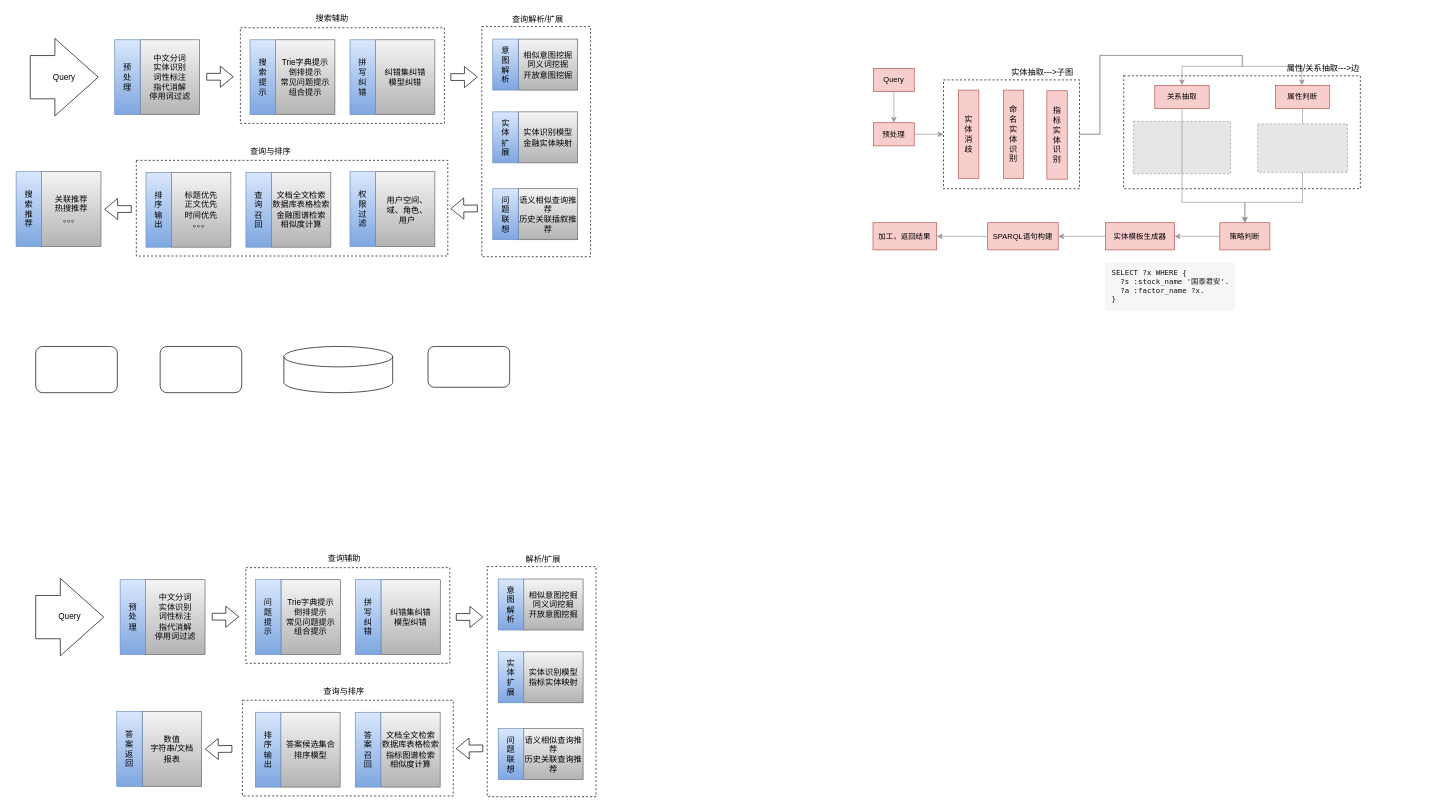
Earlier version of the draw.io diagram nlp/QA.drawio (MMMLMF/notes). Source tidied: cells renumbered, new cells numbered last; positions are measured from the earlier drawing's top-left corner, leaving out a move shared by most shapes. Both pictures are drawn from the tidied source at 68%, with x=0, y=0 at pixel (12, 12). Pictures stored in the file or linked from it are replaced by grey dashed boxes.
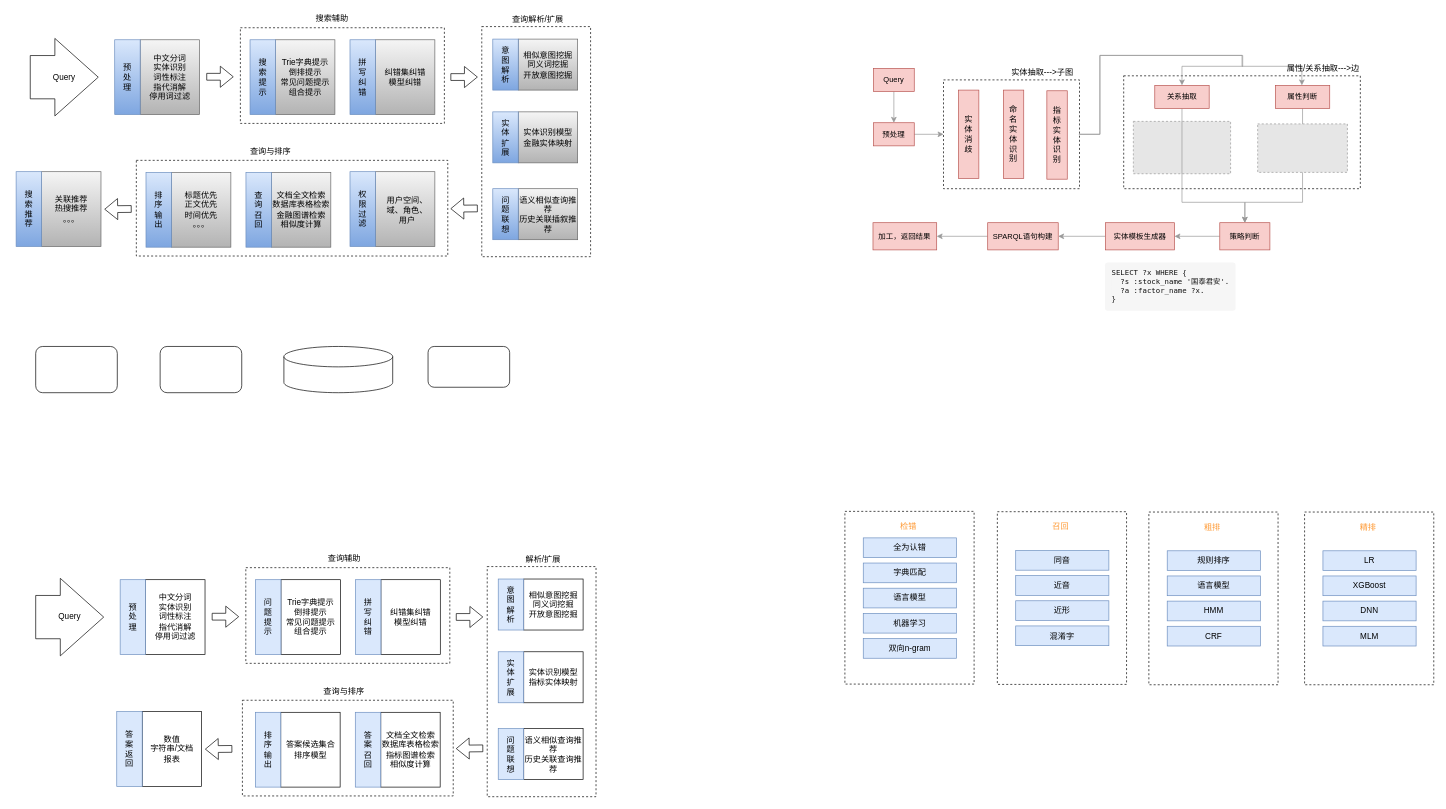
The same page after the edit.

The change refers to these unchanged cells:
```xml
<mxCell id="69" style="group;" parent="1" vertex="1">
  <mxGeometry x="153" y="835" width="145" height="110" as="geometry" />
</mxCell>
<mxCell id="75" style="group;" parent="1" vertex="1">
  <mxGeometry x="352" y="835" width="290" height="120" as="geometry" />
</mxCell>
<mxCell id="82" style="group;" parent="1" vertex="1">
  <mxGeometry x="499" y="835" width="145" height="110" as="geometry" />
</mxCell>
<mxCell id="90" style="group;" parent="1" vertex="1">
  <mxGeometry x="709" y="834" width="145" height="75" as="geometry" />
</mxCell>
<mxCell id="95" style="group;" parent="1" vertex="1">
  <mxGeometry x="709" y="941" width="145" height="75" as="geometry" />
</mxCell>
<mxCell id="100" style="group;" parent="1" vertex="1">
  <mxGeometry x="709" y="1054" width="145" height="75" as="geometry" />
</mxCell>
<mxCell id="105" style="group;" parent="1" vertex="1">
  <mxGeometry x="199" y="1030" width="450" height="123" as="geometry" />
</mxCell>
<mxCell id="111" style="group;" parent="105" vertex="1">
  <mxGeometry x="299.8" width="145" height="110" as="geometry" />
</mxCell>
<mxCell id="116" style="group;" parent="105" vertex="1">
  <mxGeometry x="-51" y="-1" width="145" height="110" as="geometry" />
</mxCell>
```

What changed in the source:
```diff
@@
+    <mxCell id="150" style="rounded=0;whiteSpace=wrap;html=1;fillColor=none;dashed=1;" parent="1" vertex="1">
+      <mxGeometry x="1225" y="734.5" width="190" height="254" as="geometry" />
+    </mxCell>
@@
-    <mxCell id="70" style="rounded=0;whiteSpace=wrap;html=1;shadow=0;gradientColor=#b3b3b3;fillColor=#f5f5f5;strokeColor=#666666;" parent="69" vertex="1">
+    <mxCell id="70" style="rounded=0;whiteSpace=wrap;html=1;shadow=0;" parent="69" vertex="1">
       <mxGeometry x="43.7" width="87.3" height="110" as="geometry" />
     </mxCell>
-    <mxCell id="71" style="rounded=0;whiteSpace=wrap;html=1;shadow=0;fillColor=#dae8fc;strokeColor=#6c8ebf;gradientColor=#7ea6e0;" parent="69" vertex="1">
+    <mxCell id="71" style="rounded=0;whiteSpace=wrap;html=1;shadow=0;fillColor=#dae8fc;strokeColor=#6c8ebf;" parent="69" vertex="1">
       <mxGeometry x="6.2" width="37.4" height="110" as="geometry" />
     </mxCell>
@@
-    <mxCell id="77" style="rounded=0;whiteSpace=wrap;html=1;shadow=0;gradientColor=#b3b3b3;fillColor=#f5f5f5;strokeColor=#666666;" parent="75" vertex="1">
+    <mxCell id="77" style="rounded=0;whiteSpace=wrap;html=1;shadow=0;" parent="75" vertex="1">
       <mxGeometry x="43.7" width="87.3" height="110" as="geometry" />
     </mxCell>
-    <mxCell id="78" style="rounded=0;whiteSpace=wrap;html=1;shadow=0;fillColor=#dae8fc;strokeColor=#6c8ebf;gradientColor=#7ea6e0;" parent="75" vertex="1">
+    <mxCell id="78" style="rounded=0;whiteSpace=wrap;html=1;shadow=0;fillColor=#dae8fc;strokeColor=#6c8ebf;" parent="75" vertex="1">
       <mxGeometry x="6.2" width="37.4" height="110" as="geometry" />
     </mxCell>
@@
-    <mxCell id="83" style="rounded=0;whiteSpace=wrap;html=1;shadow=0;gradientColor=#b3b3b3;fillColor=#f5f5f5;strokeColor=#666666;" parent="82" vertex="1">
+    <mxCell id="83" style="rounded=0;whiteSpace=wrap;html=1;shadow=0;" parent="82" vertex="1">
       <mxGeometry x="43.7" width="87.3" height="110" as="geometry" />
     </mxCell>
-    <mxCell id="84" style="rounded=0;whiteSpace=wrap;html=1;shadow=0;fillColor=#dae8fc;strokeColor=#6c8ebf;gradientColor=#7ea6e0;" parent="82" vertex="1">
+    <mxCell id="84" style="rounded=0;whiteSpace=wrap;html=1;shadow=0;fillColor=#dae8fc;strokeColor=#6c8ebf;" parent="82" vertex="1">
       <mxGeometry x="6.2" width="37.4" height="110" as="geometry" />
     </mxCell>
@@
-    <mxCell id="91" style="rounded=0;whiteSpace=wrap;html=1;shadow=0;gradientColor=#b3b3b3;fillColor=#f5f5f5;strokeColor=#666666;" parent="90" vertex="1">
+    <mxCell id="91" style="rounded=0;whiteSpace=wrap;html=1;shadow=0;" parent="90" vertex="1">
       <mxGeometry x="43.7" width="87.3" height="75" as="geometry" />
     </mxCell>
-    <mxCell id="92" style="rounded=0;whiteSpace=wrap;html=1;shadow=0;fillColor=#dae8fc;strokeColor=#6c8ebf;gradientColor=#7ea6e0;" parent="90" vertex="1">
+    <mxCell id="92" style="rounded=0;whiteSpace=wrap;html=1;shadow=0;fillColor=#dae8fc;strokeColor=#6c8ebf;" parent="90" vertex="1">
       <mxGeometry x="6.2" width="37.4" height="75" as="geometry" />
     </mxCell>
@@
-    <mxCell id="96" style="rounded=0;whiteSpace=wrap;html=1;shadow=0;gradientColor=#b3b3b3;fillColor=#f5f5f5;strokeColor=#666666;" parent="95" vertex="1">
+    <mxCell id="96" style="rounded=0;whiteSpace=wrap;html=1;shadow=0;" parent="95" vertex="1">
       <mxGeometry x="43.7" width="87.3" height="75" as="geometry" />
     </mxCell>
-    <mxCell id="97" style="rounded=0;whiteSpace=wrap;html=1;shadow=0;fillColor=#dae8fc;strokeColor=#6c8ebf;gradientColor=#7ea6e0;" parent="95" vertex="1">
+    <mxCell id="97" style="rounded=0;whiteSpace=wrap;html=1;shadow=0;fillColor=#dae8fc;strokeColor=#6c8ebf;" parent="95" vertex="1">
       <mxGeometry x="6.2" width="37.4" height="75" as="geometry" />
     </mxCell>
@@
-    <mxCell id="101" style="rounded=0;whiteSpace=wrap;html=1;shadow=0;gradientColor=#b3b3b3;fillColor=#f5f5f5;strokeColor=#666666;" parent="100" vertex="1">
+    <mxCell id="101" style="rounded=0;whiteSpace=wrap;html=1;shadow=0;" parent="100" vertex="1">
       <mxGeometry x="43.7" width="87.3" height="75" as="geometry" />
     </mxCell>
-    <mxCell id="102" style="rounded=0;whiteSpace=wrap;html=1;shadow=0;fillColor=#dae8fc;strokeColor=#6c8ebf;gradientColor=#7ea6e0;" parent="100" vertex="1">
+    <mxCell id="102" style="rounded=0;whiteSpace=wrap;html=1;shadow=0;fillColor=#dae8fc;strokeColor=#6c8ebf;" parent="100" vertex="1">
       <mxGeometry x="6.2" width="37.4" height="75" as="geometry" />
     </mxCell>
@@
-    <mxCell id="107" style="rounded=0;whiteSpace=wrap;html=1;shadow=0;gradientColor=#b3b3b3;fillColor=#f5f5f5;strokeColor=#666666;" parent="105" vertex="1">
+    <mxCell id="107" style="rounded=0;whiteSpace=wrap;html=1;shadow=0;" parent="105" vertex="1">
       <mxGeometry x="196.4" width="87.3" height="110" as="geometry" />
     </mxCell>
-    <mxCell id="108" style="rounded=0;whiteSpace=wrap;html=1;shadow=0;fillColor=#dae8fc;strokeColor=#6c8ebf;gradientColor=#7ea6e0;" parent="105" vertex="1">
+    <mxCell id="108" style="rounded=0;whiteSpace=wrap;html=1;shadow=0;fillColor=#dae8fc;strokeColor=#6c8ebf;" parent="105" vertex="1">
       <mxGeometry x="159" width="37.4" height="110" as="geometry" />
     </mxCell>
@@
-    <mxCell id="112" style="rounded=0;whiteSpace=wrap;html=1;shadow=0;gradientColor=#b3b3b3;fillColor=#f5f5f5;strokeColor=#666666;" parent="111" vertex="1">
+    <mxCell id="112" style="rounded=0;whiteSpace=wrap;html=1;shadow=0;" parent="111" vertex="1">
       <mxGeometry x="43.7" width="87.3" height="110" as="geometry" />
     </mxCell>
-    <mxCell id="113" style="rounded=0;whiteSpace=wrap;html=1;shadow=0;fillColor=#dae8fc;strokeColor=#6c8ebf;gradientColor=#7ea6e0;" parent="111" vertex="1">
+    <mxCell id="113" style="rounded=0;whiteSpace=wrap;html=1;shadow=0;fillColor=#dae8fc;strokeColor=#6c8ebf;" parent="111" vertex="1">
       <mxGeometry x="6.2" width="37.4" height="110" as="geometry" />
     </mxCell>
@@
-    <mxCell id="117" style="rounded=0;whiteSpace=wrap;html=1;shadow=0;gradientColor=#b3b3b3;fillColor=#f5f5f5;strokeColor=#666666;" parent="116" vertex="1">
+    <mxCell id="117" style="rounded=0;whiteSpace=wrap;html=1;shadow=0;" parent="116" vertex="1">
       <mxGeometry x="43.7" width="87.3" height="110" as="geometry" />
     </mxCell>
-    <mxCell id="118" style="rounded=0;whiteSpace=wrap;html=1;shadow=0;fillColor=#dae8fc;strokeColor=#6c8ebf;gradientColor=#7ea6e0;" parent="116" vertex="1">
+    <mxCell id="118" style="rounded=0;whiteSpace=wrap;html=1;shadow=0;fillColor=#dae8fc;strokeColor=#6c8ebf;" parent="116" vertex="1">
       <mxGeometry x="6.2" width="37.4" height="110" as="geometry" />
     </mxCell>
@@
+    <mxCell id="151" value="全为认错" style="rounded=0;whiteSpace=wrap;html=1;fillColor=#dae8fc;strokeColor=#6c8ebf;" parent="1" vertex="1">
+      <mxGeometry x="1252" y="773.5" width="137" height="29" as="geometry" />
+    </mxCell>
+    <mxCell id="152" value="&lt;font color=&quot;#ff9933&quot;&gt;检错&lt;/font&gt;" style="text;html=1;align=center;verticalAlign=middle;strokeColor=none;" parent="1" vertex="1">
+      <mxGeometry x="1301" y="747.5" width="34" height="18" as="geometry" />
+    </mxCell>
+    <mxCell id="153" value="字典匹配" style="rounded=0;whiteSpace=wrap;html=1;fillColor=#dae8fc;strokeColor=#6c8ebf;" parent="1" vertex="1">
+      <mxGeometry x="1252" y="810.5" width="137" height="29" as="geometry" />
+    </mxCell>
+    <mxCell id="154" value="语言模型" style="rounded=0;whiteSpace=wrap;html=1;fillColor=#dae8fc;strokeColor=#6c8ebf;" parent="1" vertex="1">
+      <mxGeometry x="1252" y="847.5" width="137" height="29" as="geometry" />
+    </mxCell>
+    <mxCell id="155" value="机器学习" style="rounded=0;whiteSpace=wrap;html=1;fillColor=#dae8fc;strokeColor=#6c8ebf;" parent="1" vertex="1">
+      <mxGeometry x="1252" y="884.5" width="137" height="29" as="geometry" />
+    </mxCell>
+    <mxCell id="156" value="双向n-gram" style="rounded=0;whiteSpace=wrap;html=1;fillColor=#dae8fc;strokeColor=#6c8ebf;" parent="1" vertex="1">
+      <mxGeometry x="1252" y="921.5" width="137" height="29" as="geometry" />
+    </mxCell>
+    <mxCell id="157" style="rounded=0;whiteSpace=wrap;html=1;fillColor=none;dashed=1;" parent="1" vertex="1">
+      <mxGeometry x="1449.2" y="735" width="190" height="254" as="geometry" />
+    </mxCell>
+    <mxCell id="158" value="同音" style="rounded=0;whiteSpace=wrap;html=1;fillColor=#dae8fc;strokeColor=#6c8ebf;" parent="1" vertex="1">
+      <mxGeometry x="1476.2" y="792" width="137" height="29" as="geometry" />
+    </mxCell>
+    <mxCell id="159" value="&lt;font color=&quot;#ff9933&quot;&gt;召回&lt;/font&gt;" style="text;html=1;align=center;verticalAlign=middle;strokeColor=none;" parent="1" vertex="1">
+      <mxGeometry x="1525.2" y="748" width="34" height="18" as="geometry" />
+    </mxCell>
+    <mxCell id="160" value="近音" style="rounded=0;whiteSpace=wrap;html=1;fillColor=#dae8fc;strokeColor=#6c8ebf;" parent="1" vertex="1">
+      <mxGeometry x="1476.2" y="829" width="137" height="29" as="geometry" />
+    </mxCell>
+    <mxCell id="161" value="近形" style="rounded=0;whiteSpace=wrap;html=1;fillColor=#dae8fc;strokeColor=#6c8ebf;" parent="1" vertex="1">
+      <mxGeometry x="1476.2" y="866" width="137" height="29" as="geometry" />
+    </mxCell>
+    <mxCell id="162" value="混淆字" style="rounded=0;whiteSpace=wrap;html=1;fillColor=#dae8fc;strokeColor=#6c8ebf;" parent="1" vertex="1">
+      <mxGeometry x="1476.2" y="903" width="137" height="29" as="geometry" />
+    </mxCell>
+    <mxCell id="163" style="rounded=0;whiteSpace=wrap;html=1;fillColor=none;dashed=1;" parent="1" vertex="1">
+      <mxGeometry x="1672" y="735.5" width="190" height="254" as="geometry" />
+    </mxCell>
+    <mxCell id="164" value="规则排序" style="rounded=0;whiteSpace=wrap;html=1;fillColor=#dae8fc;strokeColor=#6c8ebf;" parent="1" vertex="1">
+      <mxGeometry x="1699" y="792.5" width="137" height="29" as="geometry" />
+    </mxCell>
+    <mxCell id="165" value="&lt;font color=&quot;#ff9933&quot;&gt;粗排&lt;/font&gt;" style="text;html=1;align=center;verticalAlign=middle;strokeColor=none;" parent="1" vertex="1">
+      <mxGeometry x="1748" y="748.5" width="34" height="18" as="geometry" />
+    </mxCell>
+    <mxCell id="166" value="语言模型" style="rounded=0;whiteSpace=wrap;html=1;fillColor=#dae8fc;strokeColor=#6c8ebf;" parent="1" vertex="1">
+      <mxGeometry x="1699" y="829.5" width="137" height="29" as="geometry" />
+    </mxCell>
+    <mxCell id="167" value="HMM" style="rounded=0;whiteSpace=wrap;html=1;fillColor=#dae8fc;strokeColor=#6c8ebf;" parent="1" vertex="1">
+      <mxGeometry x="1699" y="866.5" width="137" height="29" as="geometry" />
+    </mxCell>
+    <mxCell id="168" value="CRF" style="rounded=0;whiteSpace=wrap;html=1;fillColor=#dae8fc;strokeColor=#6c8ebf;" parent="1" vertex="1">
+      <mxGeometry x="1699" y="903.5" width="137" height="29" as="geometry" />
+    </mxCell>
+    <mxCell id="169" style="rounded=0;whiteSpace=wrap;html=1;fillColor=none;dashed=1;" parent="1" vertex="1">
+      <mxGeometry x="1901" y="735.5" width="190" height="254" as="geometry" />
+    </mxCell>
+    <mxCell id="170" value="LR" style="rounded=0;whiteSpace=wrap;html=1;fillColor=#dae8fc;strokeColor=#6c8ebf;" parent="1" vertex="1">
+      <mxGeometry x="1928" y="792.5" width="137" height="29" as="geometry" />
+    </mxCell>
+    <mxCell id="171" value="&lt;font color=&quot;#ff9933&quot;&gt;精排&lt;/font&gt;" style="text;html=1;align=center;verticalAlign=middle;strokeColor=none;" parent="1" vertex="1">
+      <mxGeometry x="1977" y="748.5" width="34" height="18" as="geometry" />
+    </mxCell>
+    <mxCell id="172" value="XGBoost" style="rounded=0;whiteSpace=wrap;html=1;fillColor=#dae8fc;strokeColor=#6c8ebf;" parent="1" vertex="1">
+      <mxGeometry x="1928" y="829.5" width="137" height="29" as="geometry" />
+    </mxCell>
+    <mxCell id="173" value="DNN" style="rounded=0;whiteSpace=wrap;html=1;fillColor=#dae8fc;strokeColor=#6c8ebf;" parent="1" vertex="1">
+      <mxGeometry x="1928" y="866.5" width="137" height="29" as="geometry" />
+    </mxCell>
+    <mxCell id="174" value="MLM" style="rounded=0;whiteSpace=wrap;html=1;fillColor=#dae8fc;strokeColor=#6c8ebf;" parent="1" vertex="1">
+      <mxGeometry x="1928" y="903.5" width="137" height="29" as="geometry" />
+    </mxCell>
```
